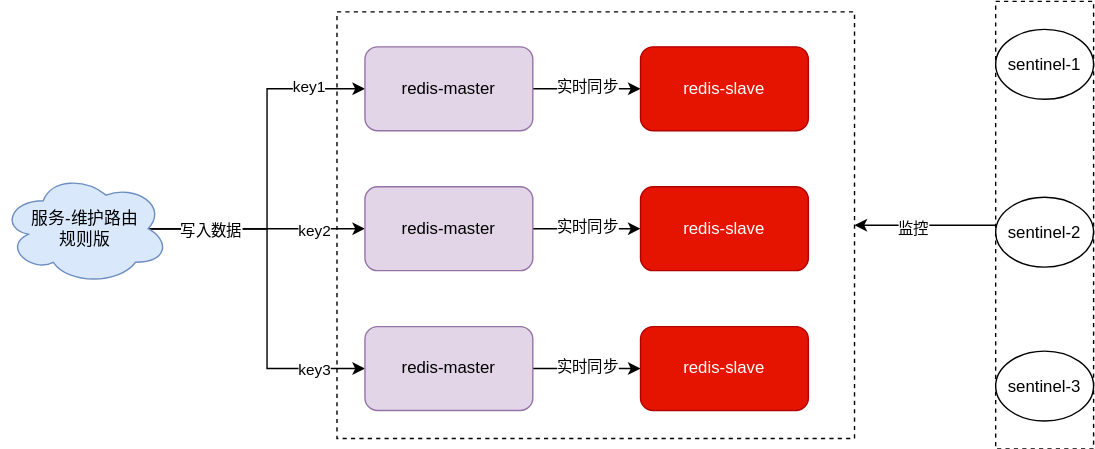
The draw.io diagram picture/blog/redis/redis-4.svg in LuFudi/LuFudi.github.io, before a commit. Source tidied: cells renumbered, new cells last; positions are measured from the earlier drawing's top-left corner, leaving out a move shared by most shapes. Its diagram source:
```xml
<mxGraphModel>
  <root>
    <mxCell id="0" />
    <mxCell id="1" parent="0" />
    <mxCell id="2" style="edgeStyle=orthogonalEdgeStyle;rounded=0;jettySize=auto;html=1;exitX=0.875;exitY=0.5;exitDx=0;exitDy=0;exitPerimeter=0;entryX=0;entryY=0.5;entryDx=0;entryDy=0;" parent="1" edge="1" source="9" target="20">
      <mxGeometry relative="1" as="geometry">
        <Array as="points">
          <mxPoint x="190" y="162" />
          <mxPoint x="190" y="62" />
        </Array>
      </mxGeometry>
    </mxCell>
    <mxCell id="3" value="key1" style="edgeLabel;html=1;align=center;verticalAlign=middle;" parent="2" vertex="1">
      <mxGeometry x="0.68" y="2" relative="1" as="geometry" />
    </mxCell>
    <mxCell id="4" style="edgeStyle=orthogonalEdgeStyle;rounded=0;jettySize=auto;html=1;exitX=0.875;exitY=0.5;exitDx=0;exitDy=0;exitPerimeter=0;" parent="1" edge="1" source="9" target="12">
      <mxGeometry relative="1" as="geometry" />
    </mxCell>
    <mxCell id="5" value="key2" style="edgeLabel;html=1;align=center;verticalAlign=middle;" parent="4" vertex="1">
      <mxGeometry x="0.52" y="-1" relative="1" as="geometry" />
    </mxCell>
    <mxCell id="6" style="edgeStyle=orthogonalEdgeStyle;rounded=0;jettySize=auto;html=1;exitX=0.875;exitY=0.5;exitDx=0;exitDy=0;exitPerimeter=0;entryX=0;entryY=0.5;entryDx=0;entryDy=0;" parent="1" edge="1" source="9" target="16">
      <mxGeometry relative="1" as="geometry">
        <Array as="points">
          <mxPoint x="190" y="162" />
          <mxPoint x="190" y="262" />
        </Array>
      </mxGeometry>
    </mxCell>
    <mxCell id="7" value="写入数据" style="edgeLabel;html=1;align=center;verticalAlign=middle;" parent="6" vertex="1">
      <mxGeometry x="-0.66" y="-1" relative="1" as="geometry" />
    </mxCell>
    <mxCell id="8" value="key3" style="edgeLabel;html=1;align=center;verticalAlign=middle;" parent="6" vertex="1">
      <mxGeometry x="0.71" relative="1" as="geometry" />
    </mxCell>
    <mxCell id="9" value="服务-维护路由&lt;div&gt;规则版&lt;/div&gt;" style="ellipse;shape=cloud;whiteSpace=wrap;html=1;fillColor=#dae8fc;strokeColor=#6c8ebf;" parent="1" vertex="1">
      <mxGeometry y="122" width="120" height="80" as="geometry" />
    </mxCell>
    <mxCell id="10" style="edgeStyle=orthogonalEdgeStyle;rounded=0;jettySize=auto;html=1;exitX=1;exitY=0.5;exitDx=0;exitDy=0;entryX=0;entryY=0.5;entryDx=0;entryDy=0;" parent="1" edge="1" source="12" target="13">
      <mxGeometry relative="1" as="geometry" />
    </mxCell>
    <mxCell id="11" value="实时同步" style="edgeLabel;html=1;align=center;verticalAlign=middle;" parent="10" vertex="1">
      <mxGeometry x="-0.02" y="2" relative="1" as="geometry" />
    </mxCell>
    <mxCell id="12" value="redis-master" style="rounded=1;whiteSpace=wrap;html=1;fillColor=#e1d5e7;strokeColor=#9673a6;" parent="1" vertex="1">
      <mxGeometry x="260" y="132" width="120" height="60" as="geometry" />
    </mxCell>
    <mxCell id="13" value="redis-slave" style="rounded=1;whiteSpace=wrap;html=1;fillColor=#e51400;strokeColor=#B20000;fontColor=#ffffff;" parent="1" vertex="1">
      <mxGeometry x="457" y="132" width="120" height="60" as="geometry" />
    </mxCell>
    <mxCell id="14" style="edgeStyle=orthogonalEdgeStyle;rounded=0;jettySize=auto;html=1;exitX=1;exitY=0.5;exitDx=0;exitDy=0;entryX=0;entryY=0.5;entryDx=0;entryDy=0;" parent="1" edge="1" source="16" target="17">
      <mxGeometry relative="1" as="geometry" />
    </mxCell>
    <mxCell id="15" value="实时同步" style="edgeLabel;html=1;align=center;verticalAlign=middle;" parent="14" vertex="1">
      <mxGeometry x="-0.02" y="2" relative="1" as="geometry" />
    </mxCell>
    <mxCell id="16" value="redis-master" style="rounded=1;whiteSpace=wrap;html=1;fillColor=#e1d5e7;strokeColor=#9673a6;" parent="1" vertex="1">
      <mxGeometry x="260" y="232" width="120" height="60" as="geometry" />
    </mxCell>
    <mxCell id="17" value="redis-slave" style="rounded=1;whiteSpace=wrap;html=1;fillColor=#e51400;strokeColor=#B20000;fontColor=#ffffff;" parent="1" vertex="1">
      <mxGeometry x="457" y="232" width="120" height="60" as="geometry" />
    </mxCell>
    <mxCell id="18" style="edgeStyle=orthogonalEdgeStyle;rounded=0;jettySize=auto;html=1;exitX=1;exitY=0.5;exitDx=0;exitDy=0;entryX=0;entryY=0.5;entryDx=0;entryDy=0;" parent="1" edge="1" source="20" target="21">
      <mxGeometry relative="1" as="geometry" />
    </mxCell>
    <mxCell id="19" value="实时同步" style="edgeLabel;html=1;align=center;verticalAlign=middle;" parent="18" vertex="1">
      <mxGeometry x="-0.02" y="2" relative="1" as="geometry" />
    </mxCell>
    <mxCell id="20" value="redis-master" style="rounded=1;whiteSpace=wrap;html=1;fillColor=#e1d5e7;strokeColor=#9673a6;" parent="1" vertex="1">
      <mxGeometry x="260" y="32" width="120" height="60" as="geometry" />
    </mxCell>
    <mxCell id="21" value="redis-slave" style="rounded=1;whiteSpace=wrap;html=1;fillColor=#e51400;strokeColor=#B20000;fontColor=#ffffff;" parent="1" vertex="1">
      <mxGeometry x="457" y="32" width="120" height="60" as="geometry" />
    </mxCell>
    <mxCell id="22" style="rounded=0;whiteSpace=wrap;html=1;fillColor=none;dashed=1;" parent="1" vertex="1">
      <mxGeometry x="240" y="7" width="370" height="305" as="geometry" />
    </mxCell>
    <mxCell id="23" value="&lt;span style=&quot;color: rgba(0, 0, 0, 0); font-family: monospace; font-size: 0px; text-align: start; text-wrap: nowrap;&quot;&gt;%3CmxGraphModel%3E%3Croot%3E%3CmxCell%20id%3D%220%22%2F%3E%3CmxCell%20id%3D%221%22%20parent%3D%220%22%2F%3E%3CmxCell%20id%3D%222%22%20value%3D%22sentinel-1%22%20style%3D%22ellipse%3BwhiteSpace%3Dwrap%3Bhtml%3D1%3B%22%20vertex%3D%221%22%20parent%3D%221%22%3E%3CmxGeometry%20x%3D%22710%22%20y%3D%22300%22%20width%3D%2270%22%20height%3D%2250%22%20as%3D%22geometry%22%2F%3E%3C%2FmxCell%3E%3C%2Froot%3E%3C%2FmxGraphModel%3E&lt;/span&gt;" style="rounded=0;whiteSpace=wrap;html=1;dashed=1;fillColor=none;" parent="1" vertex="1">
      <mxGeometry x="710.9" y="-0.5" width="70" height="320" as="geometry" />
    </mxCell>
    <mxCell id="24" value="sentinel-1" style="ellipse;whiteSpace=wrap;html=1;" parent="1" vertex="1">
      <mxGeometry x="710.9" y="19.5" width="70" height="50" as="geometry" />
    </mxCell>
    <mxCell id="25" value="sentinel-2" style="ellipse;whiteSpace=wrap;html=1;" parent="1" vertex="1">
      <mxGeometry x="710.9" y="139.5" width="70" height="50" as="geometry" />
    </mxCell>
    <mxCell id="26" value="sentinel-3" style="ellipse;whiteSpace=wrap;html=1;" parent="1" vertex="1">
      <mxGeometry x="710.9" y="249.5" width="70" height="50" as="geometry" />
    </mxCell>
    <mxCell id="27" style="endArrow=classic;html=1;rounded=0;exitX=0;exitY=0.5;exitDx=0;exitDy=0;entryX=1;entryY=0.5;entryDx=0;entryDy=0;" parent="1" edge="1" source="23" target="22">
      <mxGeometry relative="1" as="geometry" />
    </mxCell>
    <mxCell id="28" value="监控" style="edgeLabel;html=1;align=center;verticalAlign=middle;" parent="27" vertex="1">
      <mxGeometry x="0.17" y="2" relative="1" as="geometry" />
    </mxCell>
  </root>
</mxGraphModel>
```
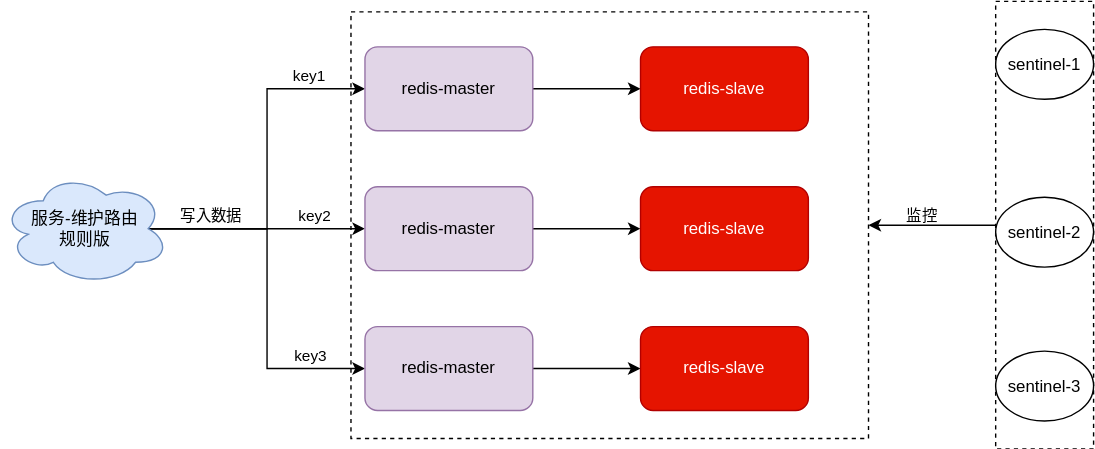
After the commit.

Diff of the diagram source:
```diff
@@ -10,14 +10,18 @@
         </Array>
       </mxGeometry>
     </mxCell>
-    <mxCell id="3" value="key1" style="edgeLabel;html=1;align=center;verticalAlign=middle;" parent="2" vertex="1">
-      <mxGeometry x="0.68" y="2" relative="1" as="geometry" />
+    <mxCell id="3" value="key1" style="edgeLabel;html=1;align=center;verticalAlign=middle;labelBackgroundColor=none;" parent="2" vertex="1">
+      <mxGeometry x="0.68" y="2" relative="1" as="geometry">
+        <mxPoint y="-8" as="offset" />
+      </mxGeometry>
     </mxCell>
     <mxCell id="4" style="edgeStyle=orthogonalEdgeStyle;rounded=0;jettySize=auto;html=1;exitX=0.875;exitY=0.5;exitDx=0;exitDy=0;exitPerimeter=0;" parent="1" edge="1" source="9" target="12">
       <mxGeometry relative="1" as="geometry" />
     </mxCell>
-    <mxCell id="5" value="key2" style="edgeLabel;html=1;align=center;verticalAlign=middle;" parent="4" vertex="1">
-      <mxGeometry x="0.52" y="-1" relative="1" as="geometry" />
+    <mxCell id="5" value="key2" style="edgeLabel;html=1;align=center;verticalAlign=middle;labelBackgroundColor=none;" parent="4" vertex="1">
+      <mxGeometry x="0.52" y="-1" relative="1" as="geometry">
+        <mxPoint y="-11" as="offset" />
+      </mxGeometry>
     </mxCell>
     <mxCell id="6" style="edgeStyle=orthogonalEdgeStyle;rounded=0;jettySize=auto;html=1;exitX=0.875;exitY=0.5;exitDx=0;exitDy=0;exitPerimeter=0;entryX=0;entryY=0.5;entryDx=0;entryDy=0;" parent="1" edge="1" source="9" target="16">
       <mxGeometry relative="1" as="geometry">
@@ -27,11 +31,15 @@
         </Array>
       </mxGeometry>
     </mxCell>
-    <mxCell id="7" value="写入数据" style="edgeLabel;html=1;align=center;verticalAlign=middle;" parent="6" vertex="1">
-      <mxGeometry x="-0.66" y="-1" relative="1" as="geometry" />
+    <mxCell id="7" value="写入数据" style="edgeLabel;html=1;align=center;verticalAlign=middle;labelBackgroundColor=none;" parent="6" vertex="1">
+      <mxGeometry x="-0.66" y="-1" relative="1" as="geometry">
+        <mxPoint y="-11" as="offset" />
+      </mxGeometry>
     </mxCell>
-    <mxCell id="8" value="key3" style="edgeLabel;html=1;align=center;verticalAlign=middle;" parent="6" vertex="1">
-      <mxGeometry x="0.71" relative="1" as="geometry" />
+    <mxCell id="8" value="key3" style="edgeLabel;html=1;align=center;verticalAlign=middle;labelBackgroundColor=none;" parent="6" vertex="1">
+      <mxGeometry x="0.71" relative="1" as="geometry">
+        <mxPoint x="-3" y="-10" as="offset" />
+      </mxGeometry>
     </mxCell>
     <mxCell id="9" value="服务-维护路由&lt;div&gt;规则版&lt;/div&gt;" style="ellipse;shape=cloud;whiteSpace=wrap;html=1;fillColor=#dae8fc;strokeColor=#6c8ebf;" parent="1" vertex="1">
       <mxGeometry y="122" width="120" height="80" as="geometry" />
@@ -39,9 +47,6 @@
     <mxCell id="10" style="edgeStyle=orthogonalEdgeStyle;rounded=0;jettySize=auto;html=1;exitX=1;exitY=0.5;exitDx=0;exitDy=0;entryX=0;entryY=0.5;entryDx=0;entryDy=0;" parent="1" edge="1" source="12" target="13">
       <mxGeometry relative="1" as="geometry" />
     </mxCell>
-    <mxCell id="11" value="实时同步" style="edgeLabel;html=1;align=center;verticalAlign=middle;" parent="10" vertex="1">
-      <mxGeometry x="-0.02" y="2" relative="1" as="geometry" />
-    </mxCell>
     <mxCell id="12" value="redis-master" style="rounded=1;whiteSpace=wrap;html=1;fillColor=#e1d5e7;strokeColor=#9673a6;" parent="1" vertex="1">
       <mxGeometry x="260" y="132" width="120" height="60" as="geometry" />
     </mxCell>
@@ -51,9 +56,6 @@
     <mxCell id="14" style="edgeStyle=orthogonalEdgeStyle;rounded=0;jettySize=auto;html=1;exitX=1;exitY=0.5;exitDx=0;exitDy=0;entryX=0;entryY=0.5;entryDx=0;entryDy=0;" parent="1" edge="1" source="16" target="17">
       <mxGeometry relative="1" as="geometry" />
     </mxCell>
-    <mxCell id="15" value="实时同步" style="edgeLabel;html=1;align=center;verticalAlign=middle;" parent="14" vertex="1">
-      <mxGeometry x="-0.02" y="2" relative="1" as="geometry" />
-    </mxCell>
     <mxCell id="16" value="redis-master" style="rounded=1;whiteSpace=wrap;html=1;fillColor=#e1d5e7;strokeColor=#9673a6;" parent="1" vertex="1">
       <mxGeometry x="260" y="232" width="120" height="60" as="geometry" />
     </mxCell>
@@ -63,9 +65,6 @@
     <mxCell id="18" style="edgeStyle=orthogonalEdgeStyle;rounded=0;jettySize=auto;html=1;exitX=1;exitY=0.5;exitDx=0;exitDy=0;entryX=0;entryY=0.5;entryDx=0;entryDy=0;" parent="1" edge="1" source="20" target="21">
       <mxGeometry relative="1" as="geometry" />
     </mxCell>
-    <mxCell id="19" value="实时同步" style="edgeLabel;html=1;align=center;verticalAlign=middle;" parent="18" vertex="1">
-      <mxGeometry x="-0.02" y="2" relative="1" as="geometry" />
-    </mxCell>
     <mxCell id="20" value="redis-master" style="rounded=1;whiteSpace=wrap;html=1;fillColor=#e1d5e7;strokeColor=#9673a6;" parent="1" vertex="1">
       <mxGeometry x="260" y="32" width="120" height="60" as="geometry" />
     </mxCell>
@@ -73,7 +72,7 @@
       <mxGeometry x="457" y="32" width="120" height="60" as="geometry" />
     </mxCell>
     <mxCell id="22" style="rounded=0;whiteSpace=wrap;html=1;fillColor=none;dashed=1;" parent="1" vertex="1">
-      <mxGeometry x="240" y="7" width="370" height="305" as="geometry" />
+      <mxGeometry x="250" y="7" width="370" height="305" as="geometry" />
     </mxCell>
     <mxCell id="23" value="&lt;span style=&quot;color: rgba(0, 0, 0, 0); font-family: monospace; font-size: 0px; text-align: start; text-wrap: nowrap;&quot;&gt;%3CmxGraphModel%3E%3Croot%3E%3CmxCell%20id%3D%220%22%2F%3E%3CmxCell%20id%3D%221%22%20parent%3D%220%22%2F%3E%3CmxCell%20id%3D%222%22%20value%3D%22sentinel-1%22%20style%3D%22ellipse%3BwhiteSpace%3Dwrap%3Bhtml%3D1%3B%22%20vertex%3D%221%22%20parent%3D%221%22%3E%3CmxGeometry%20x%3D%22710%22%20y%3D%22300%22%20width%3D%2270%22%20height%3D%2250%22%20as%3D%22geometry%22%2F%3E%3C%2FmxCell%3E%3C%2Froot%3E%3C%2FmxGraphModel%3E&lt;/span&gt;" style="rounded=0;whiteSpace=wrap;html=1;dashed=1;fillColor=none;" parent="1" vertex="1">
       <mxGeometry x="710.9" y="-0.5" width="70" height="320" as="geometry" />
@@ -90,8 +89,10 @@
     <mxCell id="27" style="endArrow=classic;html=1;rounded=0;exitX=0;exitY=0.5;exitDx=0;exitDy=0;entryX=1;entryY=0.5;entryDx=0;entryDy=0;" parent="1" edge="1" source="23" target="22">
       <mxGeometry relative="1" as="geometry" />
     </mxCell>
-    <mxCell id="28" value="监控" style="edgeLabel;html=1;align=center;verticalAlign=middle;" parent="27" vertex="1">
-      <mxGeometry x="0.17" y="2" relative="1" as="geometry" />
+    <mxCell id="28" value="监控" style="edgeLabel;html=1;align=center;verticalAlign=middle;labelBackgroundColor=none;" parent="27" vertex="1">
+      <mxGeometry x="0.17" y="2" relative="1" as="geometry">
+        <mxPoint y="-9" as="offset" />
+      </mxGeometry>
     </mxCell>
   </root>
 </mxGraphModel>
```
